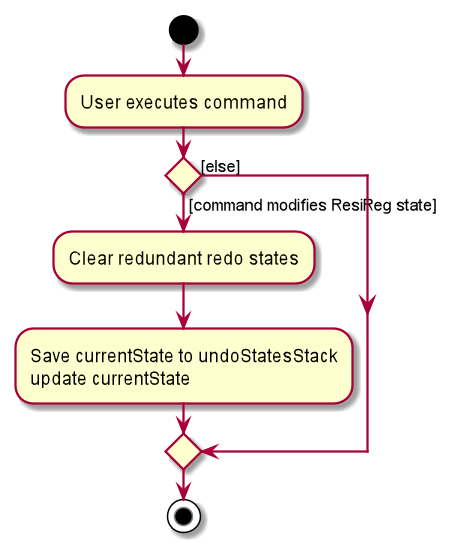
This is docs/images/SaveActivityDiagram.png from nus-cs2103-AY2021S1/tp, a PlantUML export, as it was before one commit. The source it was exported from:
```plantuml
@startuml
start
:User executes command;


if () then ([command modifies ResiReg state])
    :Clear redundant redo states;
    :Save currentState to undoStatesStack
    update currentState;
else ([else])
endif
stop
@enduml
```
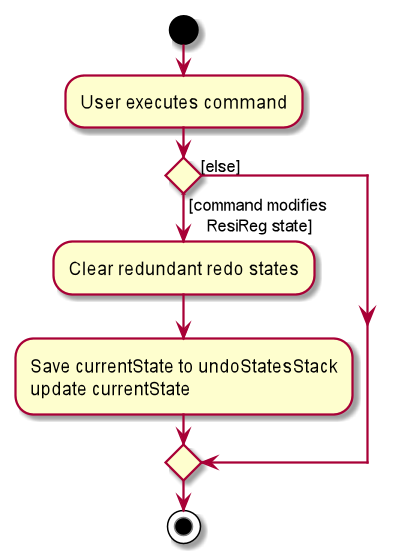
The same file after the commit.

Commit message:
Update UG and DG, add class diagram for undo/redo

Diff of the diagram source:
```diff
@@ -3,7 +3,8 @@
 :User executes command;
 
 
-if () then ([command modifies ResiReg state])
+if () then ([command modifies
+    ResiReg state])
     :Clear redundant redo states;
     :Save currentState to undoStatesStack
     update currentState;
```
